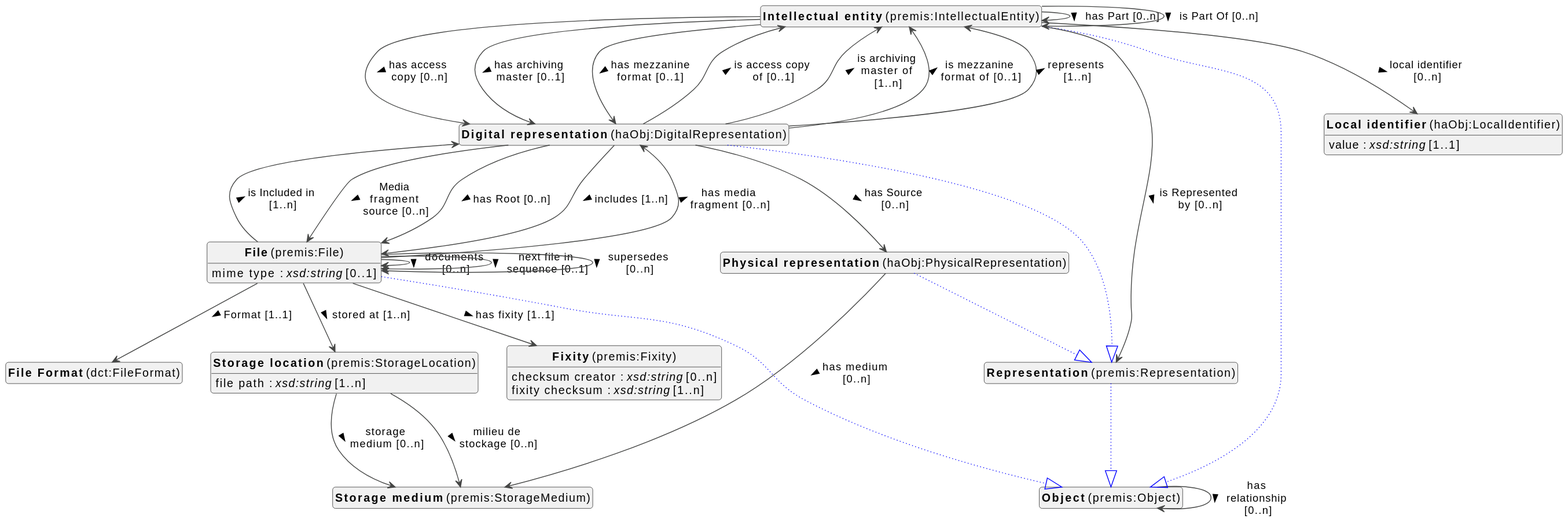
Before: docs/metadata/modellen/0.0.1/object/en/object-diagram.svg, a diagram exported from PlantUML (viaacode/documentation-jekyll). Source of this version:
```plantuml
@startuml
!theme vibrant
skinparam classFontSize 14
!define LIGHTORANGE
skinparam componentStyle uml2
skinparam wrapMessageWidth 100
skinparam shadowing false
skinparam ArrowMessageAlignment left


class "<b>Object</b> (premis:Object)" as premis_Object [[#premis%3AObject]]
class "<b>Intellectual entity</b> (premis:IntellectualEntity)" as premis_IntellectualEntity [[#premis%3AIntellectualEntity]]
class "<b>Object</b> (premis:Object)" as premis_Object [[#premis%3AObject]]
class "<b>Physical representation</b> (haObj:PhysicalRepresentation)" as haObj_PhysicalRepresentation [[#haObj%3APhysicalRepresentation]]
class "<b>Representation</b> (premis:Representation)" as premis_Representation [[#premis%3ARepresentation]]
class "<b>Digital representation</b> (haObj:DigitalRepresentation)" as haObj_DigitalRepresentation [[#haObj%3ADigitalRepresentation]]
class "<b>Representation</b> (premis:Representation)" as premis_Representation [[#premis%3ARepresentation]]
class "<b>File</b> (premis:File)" as premis_File [[#premis%3AFile]]
class "<b>Object</b> (premis:Object)" as premis_Object [[#premis%3AObject]]
class "<b>Fixity</b> (premis:Fixity)" as premis_Fixity [[#premis%3AFixity]]
class "<b>Storage location</b> (premis:StorageLocation)" as premis_StorageLocation [[#premis%3AStorageLocation]]
class "<b>Local identifier</b> (haObj:LocalIdentifier)" as haObj_LocalIdentifier [[#haObj%3ALocalIdentifier]]
class "<b>Storage medium</b> (premis:StorageMedium)" as premis_StorageMedium [[#premis%3AStorageMedium]]
class "<b>Representation</b> (premis:Representation)" as premis_Representation [[#premis%3ARepresentation]]
class "<b>Object</b> (premis:Object)" as premis_Object [[#premis%3AObject]]
class "<b>File Format</b> (dct:FileFormat)" as dct_FileFormat [[#dct%3AFileFormat]]



premis_Object --> premis_Object : has relationship [0..n] >

premis_IntellectualEntity --|> premis_Object #blue;line.dotted;text:blue


premis_IntellectualEntity --> premis_IntellectualEntity : has Part [0..n] >

premis_IntellectualEntity --> haObj_DigitalRepresentation : has access copy [0..n] >

premis_IntellectualEntity --> haObj_DigitalRepresentation : has archiving master [0..1] >

premis_IntellectualEntity --> haObj_DigitalRepresentation : has mezzanine format [0..1] >

premis_IntellectualEntity --> premis_IntellectualEntity : is Part Of [0..n] >

premis_IntellectualEntity --> premis_Representation : is Represented by [0..n] >

premis_IntellectualEntity --> haObj_LocalIdentifier : local identifier [0..n] >

haObj_PhysicalRepresentation --|> premis_Representation #blue;line.dotted;text:blue


haObj_PhysicalRepresentation --> premis_StorageMedium : has medium [0..n] >

haObj_DigitalRepresentation --|> premis_Representation #blue;line.dotted;text:blue


haObj_DigitalRepresentation --> premis_File : Media fragment source [0..n] >

haObj_DigitalRepresentation --> premis_File : has Root [0..n] >

haObj_DigitalRepresentation --> haObj_PhysicalRepresentation : has Source [0..n] >

haObj_DigitalRepresentation --> premis_File : includes [1..n] >

haObj_DigitalRepresentation --> premis_IntellectualEntity : is access copy of [0..1] >

haObj_DigitalRepresentation --> premis_IntellectualEntity : is archiving master of [1..n] >

haObj_DigitalRepresentation --> premis_IntellectualEntity : is mezzanine format of [0..1] >

haObj_DigitalRepresentation --> premis_IntellectualEntity : represents [1..n] >

premis_File --|> premis_Object #blue;line.dotted;text:blue


premis_File --> dct_FileFormat : Format [1..1] >

premis_File --> premis_File : documents [0..n] >

premis_File --> premis_Fixity : has fixity [1..1] >

premis_File --> haObj_DigitalRepresentation : has media fragment [0..n] >

premis_File --> haObj_DigitalRepresentation : is Included in [1..n] >
premis_File : mime type : <i>xsd:string</i> [0..1]


premis_File --> premis_File : next file in sequence [0..1] >

premis_File --> premis_StorageLocation : stored at [1..n] >

premis_File --> premis_File : supersedes [0..n] >


premis_Fixity : checksum creator : <i>xsd:string</i> [0..n]

premis_Fixity : fixity checksum : <i>xsd:string</i> [1..n]



premis_StorageLocation : file path : <i>xsd:string</i> [1..n]


premis_StorageLocation --> premis_StorageMedium : milieu de stockage [0..n] >

premis_StorageLocation --> premis_StorageMedium : storage medium [0..n] >


haObj_LocalIdentifier : value : <i>xsd:string</i> [1..1]




premis_Representation --|> premis_Object #blue;line.dotted;text:blue





hide circle
hide methods
hide empty members
@enduml
```
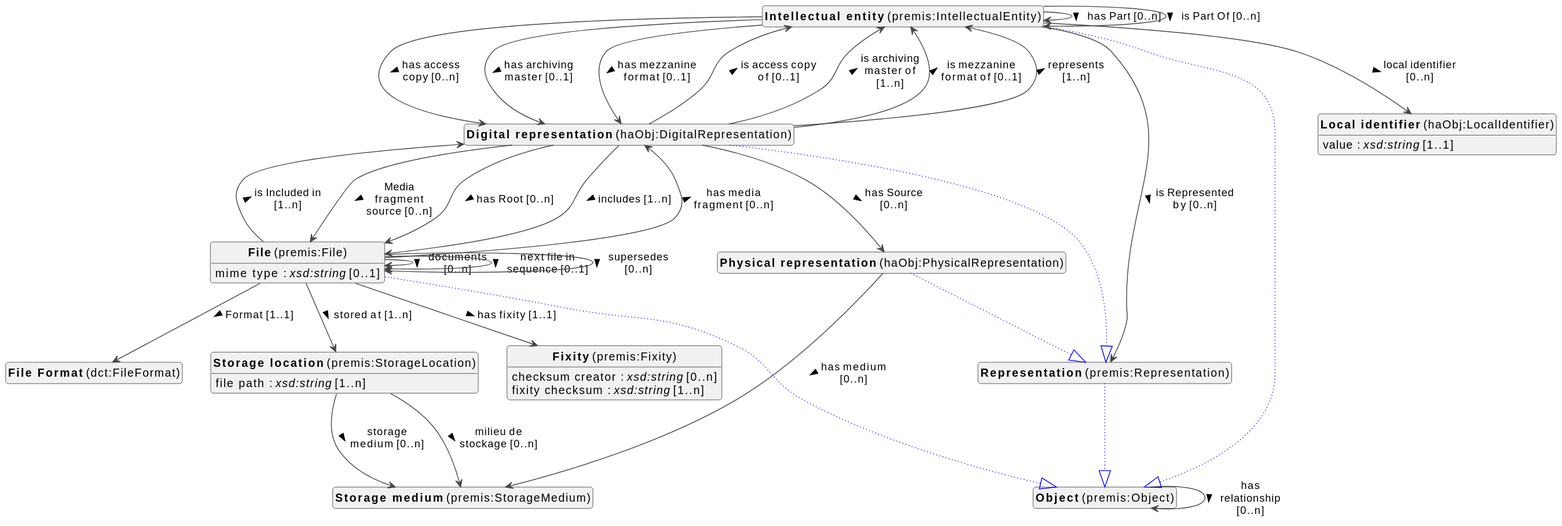
Above is the later version.

Change to the diagram source:
```diff
@@ -20,10 +20,10 @@
 class "<b>Fixity</b> (premis:Fixity)" as premis_Fixity [[#premis%3AFixity]]
 class "<b>Storage location</b> (premis:StorageLocation)" as premis_StorageLocation [[#premis%3AStorageLocation]]
 class "<b>Local identifier</b> (haObj:LocalIdentifier)" as haObj_LocalIdentifier [[#haObj%3ALocalIdentifier]]
+class "<b>File Format</b> (dct:FileFormat)" as dct_FileFormat [[#dct%3AFileFormat]]
 class "<b>Storage medium</b> (premis:StorageMedium)" as premis_StorageMedium [[#premis%3AStorageMedium]]
 class "<b>Representation</b> (premis:Representation)" as premis_Representation [[#premis%3ARepresentation]]
 class "<b>Object</b> (premis:Object)" as premis_Object [[#premis%3AObject]]
-class "<b>File Format</b> (dct:FileFormat)" as dct_FileFormat [[#dct%3AFileFormat]]
 
 
 
@@ -111,9 +111,9 @@
 
 
 
-premis_Representation --|> premis_Object #blue;line.dotted;text:blue
 
 
+premis_Representation --|> premis_Object #blue;line.dotted;text:blue
 
 
 
```
